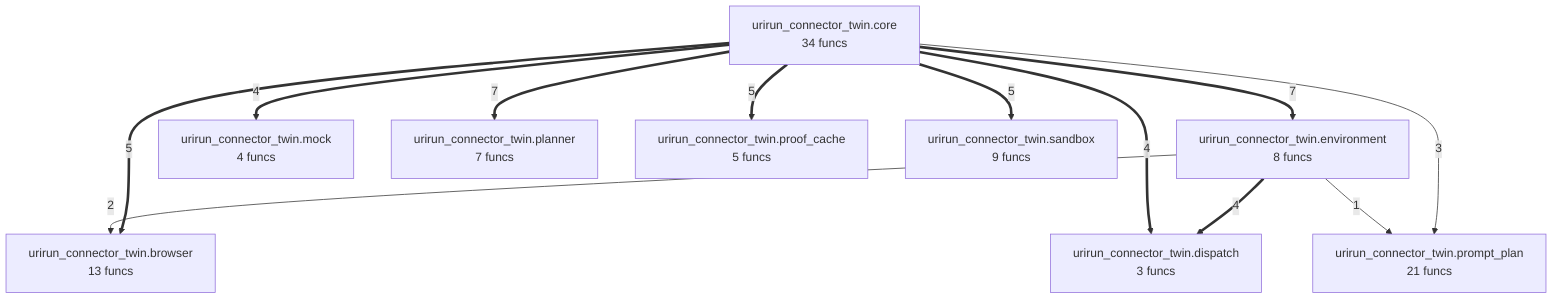
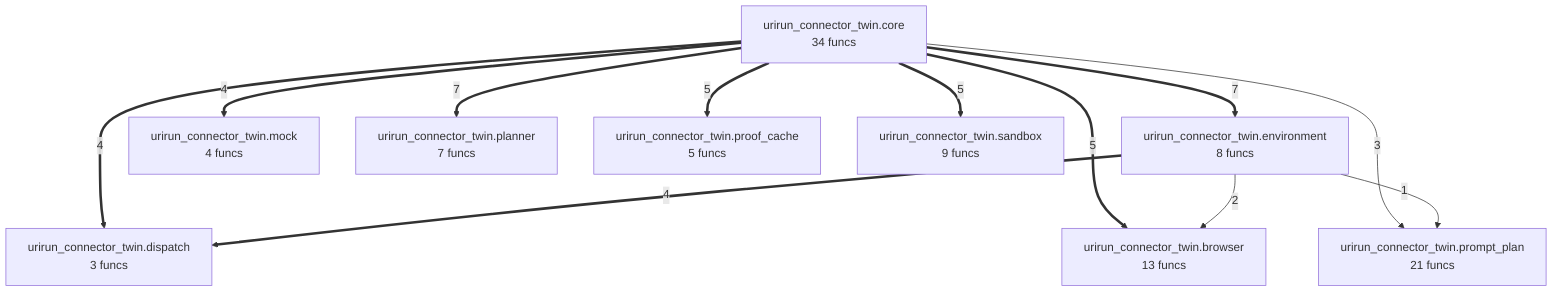
flowchart TD
%% generated in 0.00s
    urirun_connector_twin__browser["urirun_connector_twin.browser<br/>13 funcs"]
    urirun_connector_twin__core["urirun_connector_twin.core<br/>34 funcs"]
    urirun_connector_twin__dispatch["urirun_connector_twin.dispatch<br/>3 funcs"]
    urirun_connector_twin__environment["urirun_connector_twin.environment<br/>8 funcs"]
    urirun_connector_twin__mock["urirun_connector_twin.mock<br/>4 funcs"]
    urirun_connector_twin__planner["urirun_connector_twin.planner<br/>7 funcs"]
    urirun_connector_twin__prompt_plan["urirun_connector_twin.prompt_plan<br/>21 funcs"]
    urirun_connector_twin__proof_cache["urirun_connector_twin.proof_cache<br/>5 funcs"]
    urirun_connector_twin__sandbox["urirun_connector_twin.sandbox<br/>9 funcs"]
    urirun_connector_twin__core ==>|7| urirun_connector_twin__environment
    urirun_connector_twin__core ==>|7| urirun_connector_twin__planner
    urirun_connector_twin__core ==>|5| urirun_connector_twin__browser
    urirun_connector_twin__core ==>|5| urirun_connector_twin__sandbox
    urirun_connector_twin__core ==>|5| urirun_connector_twin__proof_cache
-     urirun_connector_twin__environment ==>|4| urirun_connector_twin__dispatch
    urirun_connector_twin__core ==>|4| urirun_connector_twin__mock
    urirun_connector_twin__core ==>|4| urirun_connector_twin__dispatch
+     urirun_connector_twin__environment ==>|4| urirun_connector_twin__dispatch
    urirun_connector_twin__core -->|3| urirun_connector_twin__prompt_plan
    urirun_connector_twin__environment -->|2| urirun_connector_twin__browser
    urirun_connector_twin__environment -->|1| urirun_connector_twin__prompt_plan
